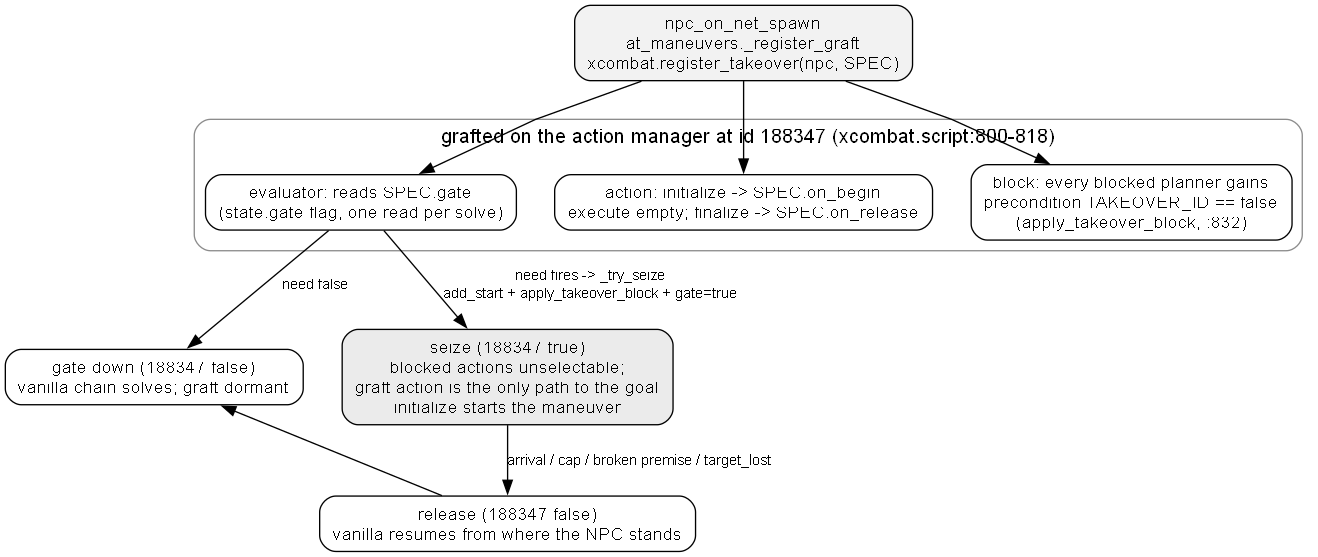
Above: doc/img/goap-graft.png in damiansirbu-stalker/AlifeTactics (Graphviz), before the change. Its source is kept beside it as doc/img/goap-graft.dot. The source it was exported from:
```dot
digraph at_goap_graft {
    rankdir=TB
    splines=polyline
    nodesep=0.4
    ranksep=0.55

    node [shape=box, style="rounded,filled", fillcolor=white,
          fontsize=13, fontname="Arial", margin="0.14,0.08"]
    edge [fontsize=11, fontname="Arial"]
    graph [fontsize=15, fontname="Arial"]

    spawn [label="npc_on_net_spawn\nat_maneuvers._register_graft\nxcombat.register_takeover(npc, SPEC)", fillcolor=gray95]

    subgraph cluster_graft {
        label="grafted on the action manager at id 188347 (xcombat.script:800-818)"
        style=rounded
        color=gray55
        eva [label="evaluator: reads SPEC.gate\n(state.gate flag, one read per solve)"]
        act [label="action: initialize -> SPEC.on_begin\nexecute empty; finalize -> SPEC.on_release"]
        blk [label="block: every blocked planner gains\nprecondition TAKEOVER_ID == false\n(apply_takeover_block, :832)"]
    }

    down  [label="gate down (188347 false)\nvanilla chain solves; graft dormant", shape=box, fillcolor=white]
    seize [label="seize (188347 true)\nblocked actions unselectable;\ngraft action is the only path to the goal\ninitialize starts the maneuver", fillcolor=gray92]
    rel   [label="release (188347 false)\nvanilla resumes from where the NPC stands", shape=box]

    spawn -> eva
    spawn -> act
    spawn -> blk
    eva -> down [label="need false"]
    eva -> seize [label="need fires -> _try_seize\nadd_start + apply_takeover_block + gate=true"]
    seize -> rel [label="arrival / cap / broken premise / target_lost"]
    rel -> down [constraint=false]
}
```
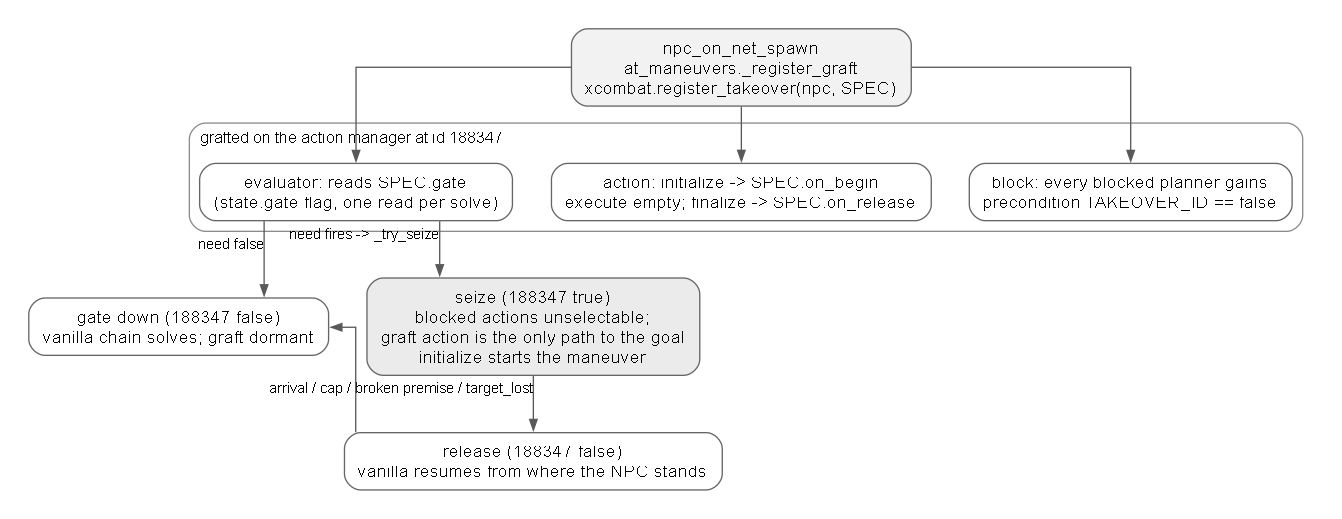
Later version of the same file.

What changed in the source:
```diff
@@ -1,34 +1,37 @@
 digraph at_goap_graft {
     rankdir=TB
-    splines=polyline
+    splines=ortho
+    pad=0.3
     nodesep=0.4
-    ranksep=0.55
-
-    node [shape=box, style="rounded,filled", fillcolor=white,
-          fontsize=13, fontname="Arial", margin="0.14,0.08"]
-    edge [fontsize=11, fontname="Arial"]
-    graph [fontsize=15, fontname="Arial"]
+    ranksep=0.6
+    graph [fontname="Arial", fontsize=15]
+    node  [shape=box, style="rounded,filled", fillcolor=white,
+           color=gray40, fontname="Arial", fontsize=13, margin="0.15,0.09"]
+    edge  [fontname="Arial", fontsize=11, color=gray35, arrowsize=0.8]
 
     spawn [label="npc_on_net_spawn\nat_maneuvers._register_graft\nxcombat.register_takeover(npc, SPEC)", fillcolor=gray95]
 
     subgraph cluster_graft {
-        label="grafted on the action manager at id 188347 (xcombat.script:800-818)"
+        label="grafted on the action manager at id 188347"
+        labeljust=l
+        fontname="Arial"
+        fontsize=12
         style=rounded
         color=gray55
         eva [label="evaluator: reads SPEC.gate\n(state.gate flag, one read per solve)"]
         act [label="action: initialize -> SPEC.on_begin\nexecute empty; finalize -> SPEC.on_release"]
-        blk [label="block: every blocked planner gains\nprecondition TAKEOVER_ID == false\n(apply_takeover_block, :832)"]
+        blk [label="block: every blocked planner gains\nprecondition TAKEOVER_ID == false"]
     }
 
-    down  [label="gate down (188347 false)\nvanilla chain solves; graft dormant", shape=box, fillcolor=white]
+    down  [label="gate down (188347 false)\nvanilla chain solves; graft dormant"]
     seize [label="seize (188347 true)\nblocked actions unselectable;\ngraft action is the only path to the goal\ninitialize starts the maneuver", fillcolor=gray92]
-    rel   [label="release (188347 false)\nvanilla resumes from where the NPC stands", shape=box]
+    rel   [label="release (188347 false)\nvanilla resumes from where the NPC stands"]
 
     spawn -> eva
     spawn -> act
     spawn -> blk
-    eva -> down [label="need false"]
-    eva -> seize [label="need fires -> _try_seize\nadd_start + apply_takeover_block + gate=true"]
-    seize -> rel [label="arrival / cap / broken premise / target_lost"]
-    rel -> down [constraint=false]
+    eva -> down  [xlabel="need false"]
+    eva -> seize [xlabel="need fires -> _try_seize"]
+    seize -> rel [xlabel="arrival / cap / broken premise / target_lost"]
+    rel -> down  [constraint=false]
 }
```
